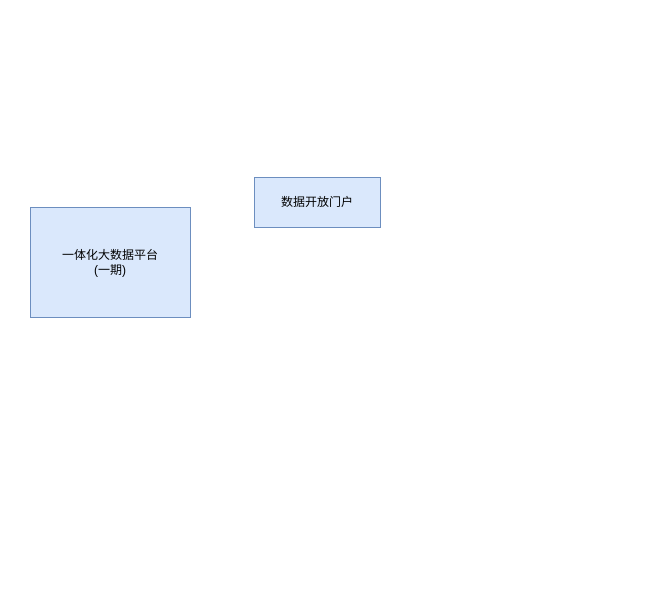
This is 临时.drawio from z-cloud-z/draw, a draw.io file, before an edit. Source tidied: cells renumbered, new cells numbered last; positions are measured from the earlier drawing's top-left corner, leaving out a move shared by most shapes. Both pictures are drawn from the tidied source at 100%, with x=0, y=0 at pixel (30, 177).
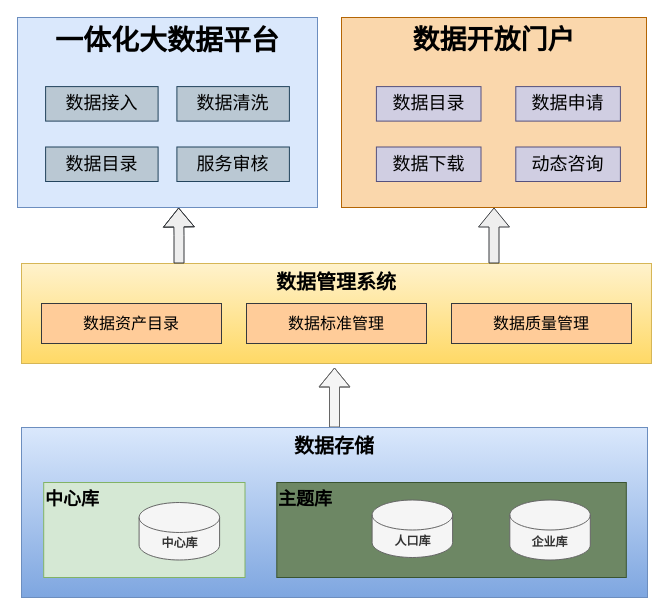
The same page after the edit.

What changed in the source:
```diff
@@
-    <mxCell id="2" value="一体化大数据平台&lt;br&gt;(一期)" style="rounded=0;whiteSpace=wrap;html=1;fillColor=#dae8fc;strokeColor=#6c8ebf;" parent="1" vertex="1">
-      <mxGeometry y="30" width="160" height="110" as="geometry" />
-    </mxCell>
+    <mxCell id="4" style="group;" parent="1" vertex="1">
+      <mxGeometry x="311" y="-160" width="305" height="190" as="geometry" />
+    </mxCell>
-    <mxCell id="3" value="数据开放门户" style="rounded=0;whiteSpace=wrap;html=1;fillColor=#dae8fc;strokeColor=#6c8ebf;" parent="1" vertex="1">
-      <mxGeometry x="224" width="126" height="50" as="geometry" />
+    <mxCell id="3" value="数据开放门户" style="rounded=0;whiteSpace=wrap;html=1;verticalAlign=top;fontSize=27;fontStyle=1;fillColor=#fad7ac;strokeColor=#b46504;" parent="4" vertex="1">
+      <mxGeometry width="305" height="190" as="geometry" />
     </mxCell>
+    <mxCell id="5" value="数据目录" style="rounded=0;whiteSpace=wrap;html=1;fillColor=#d0cee2;strokeColor=#56517e;fontStyle=0;fontSize=18;" parent="4" vertex="1">
+      <mxGeometry x="34.9" y="69.1" width="104.6" height="34.5" as="geometry" />
+    </mxCell>
+    <mxCell id="6" value="数据申请" style="rounded=0;whiteSpace=wrap;html=1;fillColor=#d0cee2;strokeColor=#56517e;fontStyle=0;fontSize=18;" parent="4" vertex="1">
+      <mxGeometry x="174.3" y="69.1" width="104.6" height="34.5" as="geometry" />
+    </mxCell>
+    <mxCell id="7" value="数据下载" style="rounded=0;whiteSpace=wrap;html=1;fillColor=#d0cee2;strokeColor=#56517e;fontStyle=0;fontSize=18;" parent="4" vertex="1">
+      <mxGeometry x="34.9" y="129.5" width="104.6" height="34.5" as="geometry" />
+    </mxCell>
+    <mxCell id="8" value="动态咨询" style="rounded=0;whiteSpace=wrap;html=1;fillColor=#d0cee2;strokeColor=#56517e;fontStyle=0;fontSize=18;" parent="4" vertex="1">
+      <mxGeometry x="174.3" y="129.5" width="104.6" height="34.5" as="geometry" />
+    </mxCell>
+    <mxCell id="9" style="group;" parent="1" vertex="1">
+      <mxGeometry x="-13" y="-160" width="300" height="190" as="geometry" />
+    </mxCell>
+    <mxCell id="10" value="一体化大数据平台" style="rounded=0;whiteSpace=wrap;html=1;verticalAlign=top;align=center;fontStyle=1;fontSize=28;fillColor=#dae8fc;strokeColor=#6c8ebf;" parent="9" vertex="1">
+      <mxGeometry width="300" height="190" as="geometry" />
+    </mxCell>
+    <mxCell id="11" value="数据接入" style="rounded=0;whiteSpace=wrap;html=1;fillColor=#bac8d3;strokeColor=#23445d;fontStyle=0;fontSize=18;" parent="9" vertex="1">
+      <mxGeometry x="28.1" y="69.1" width="112.5" height="34.5" as="geometry" />
+    </mxCell>
+    <mxCell id="12" value="数据清洗" style="rounded=0;whiteSpace=wrap;html=1;fillColor=#bac8d3;strokeColor=#23445d;fontStyle=0;fontSize=18;" parent="9" vertex="1">
+      <mxGeometry x="159.4" y="69.1" width="112.5" height="34.5" as="geometry" />
+    </mxCell>
+    <mxCell id="13" value="服务审核" style="rounded=0;whiteSpace=wrap;html=1;fillColor=#bac8d3;strokeColor=#23445d;fontStyle=0;fontSize=18;" parent="9" vertex="1">
+      <mxGeometry x="159.4" y="129.5" width="112.5" height="34.5" as="geometry" />
+    </mxCell>
+    <mxCell id="14" value="数据目录" style="rounded=0;whiteSpace=wrap;html=1;fillColor=#bac8d3;strokeColor=#23445d;fontStyle=0;fontSize=18;" parent="9" vertex="1">
+      <mxGeometry x="28.1" y="129.5" width="112.5" height="34.5" as="geometry" />
+    </mxCell>
+    <mxCell id="15" style="group;" parent="1" vertex="1">
+      <mxGeometry x="-9" y="86" width="630" height="100" as="geometry" />
+    </mxCell>
+    <mxCell id="16" value="数据管理系统" style="rounded=0;whiteSpace=wrap;html=1;verticalAlign=top;fontSize=20;fontStyle=1;fillColor=#fff2cc;gradientColor=#ffd966;strokeColor=#d6b656;" parent="15" vertex="1">
+      <mxGeometry width="630" height="100" as="geometry" />
+    </mxCell>
+    <mxCell id="17" value="数据资产目录" style="rounded=0;whiteSpace=wrap;html=1;fillColor=#ffcc99;strokeColor=#36393d;fontStyle=0;fontSize=16;" parent="15" vertex="1">
+      <mxGeometry x="20" y="40" width="180" height="40" as="geometry" />
+    </mxCell>
+    <mxCell id="18" value="数据标准管理" style="rounded=0;whiteSpace=wrap;html=1;fillColor=#ffcc99;strokeColor=#36393d;fontStyle=0;fontSize=16;" parent="15" vertex="1">
+      <mxGeometry x="225" y="40" width="180" height="40" as="geometry" />
+    </mxCell>
+    <mxCell id="19" value="数据质量管理" style="rounded=0;whiteSpace=wrap;html=1;fillColor=#ffcc99;strokeColor=#36393d;fontStyle=0;fontSize=16;" parent="15" vertex="1">
+      <mxGeometry x="430" y="40" width="180" height="40" as="geometry" />
+    </mxCell>
+    <mxCell id="20" style="edgeStyle=orthogonalEdgeStyle;rounded=0;jettySize=auto;html=1;exitX=0.75;exitY=0;exitDx=0;exitDy=0;entryX=0.5;entryY=1;entryDx=0;entryDy=0;shape=flexArrow;fillColor=#eeeeee;strokeColor=#36393d;startArrow=none;startFill=0;" parent="1" edge="1" source="16" target="3">
+      <mxGeometry relative="1" as="geometry" />
+    </mxCell>
+    <mxCell id="21" style="edgeStyle=orthogonalEdgeStyle;rounded=0;jettySize=auto;html=1;exitX=0.25;exitY=0;exitDx=0;exitDy=0;entryX=0.537;entryY=1;entryDx=0;entryDy=0;entryPerimeter=0;shape=flexArrow;fillColor=#eeeeee;strokeColor=#36393d;" parent="1" edge="1" source="16" target="10">
+      <mxGeometry relative="1" as="geometry" />
+    </mxCell>
+    <mxCell id="22" style="group;" parent="1" vertex="1">
+      <mxGeometry x="-9" y="250" width="626" height="170" as="geometry" />
+    </mxCell>
+    <mxCell id="23" style="edgeStyle=orthogonalEdgeStyle;rounded=0;jettySize=auto;html=1;exitX=0.5;exitY=0;exitDx=0;exitDy=0;shape=flexArrow;fillColor=#f5f5f5;strokeColor=#666666;" parent="22" edge="1" source="24">
+      <mxGeometry relative="1" as="geometry">
+        <mxPoint x="313" y="-60" as="targetPoint" />
+      </mxGeometry>
+    </mxCell>
+    <mxCell id="24" value="数据存储" style="rounded=0;whiteSpace=wrap;html=1;verticalAlign=top;fontSize=20;fontStyle=1;fillColor=#dae8fc;gradientColor=#7ea6e0;strokeColor=#6c8ebf;" parent="22" vertex="1">
+      <mxGeometry width="626" height="170" as="geometry" />
+    </mxCell>
+    <mxCell id="25" value="&lt;font color=&quot;#000000&quot;&gt;主题库&lt;/font&gt;" style="rounded=0;whiteSpace=wrap;html=1;verticalAlign=top;align=left;fontStyle=1;fontSize=18;fillColor=#6d8764;fontColor=#ffffff;strokeColor=#3A5431;" parent="22" vertex="1">
+      <mxGeometry x="255.3" y="55" width="349.5" height="95" as="geometry" />
+    </mxCell>
+    <mxCell id="26" value="中心库" style="rounded=0;whiteSpace=wrap;html=1;verticalAlign=top;align=left;fontStyle=1;fontSize=18;fillColor=#d5e8d4;strokeColor=#82b366;" parent="22" vertex="1">
+      <mxGeometry x="22.2" y="55" width="201.3" height="95" as="geometry" />
+    </mxCell>
+    <mxCell id="27" value="人口库" style="shape=cylinder3;whiteSpace=wrap;html=1;boundedLbl=1;backgroundOutline=1;size=15;fillColor=#f5f5f5;fontColor=#333333;strokeColor=#666666;fontStyle=1;" parent="22" vertex="1">
+      <mxGeometry x="350.6" y="72.5" width="80.5" height="57.5" as="geometry" />
+    </mxCell>
+    <mxCell id="28" value="企业库" style="shape=cylinder3;whiteSpace=wrap;html=1;boundedLbl=1;backgroundOutline=1;size=15;fillColor=#f5f5f5;fontColor=#333333;strokeColor=#666666;fontStyle=1;" parent="22" vertex="1">
+      <mxGeometry x="488.3" y="72.5" width="80.5" height="60" as="geometry" />
+    </mxCell>
+    <mxCell id="29" value="中心库" style="shape=cylinder3;whiteSpace=wrap;html=1;boundedLbl=1;backgroundOutline=1;size=15;fillColor=#f5f5f5;fontColor=#333333;strokeColor=#666666;fontStyle=1;" parent="22" vertex="1">
+      <mxGeometry x="117.6" y="75" width="80.5" height="57.5" as="geometry" />
+    </mxCell>
```
